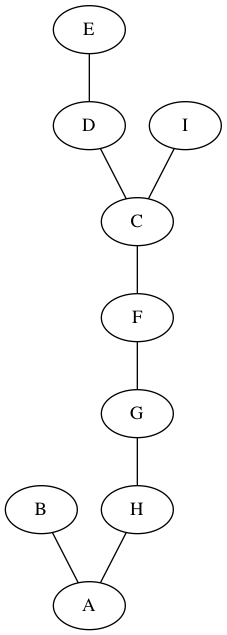
The Graphviz diagram files/g14mst_prim.png in gyuho/goraph, before a commit. Its source is kept beside it as algorithm/mst/prim/g14mst_prim.dot.
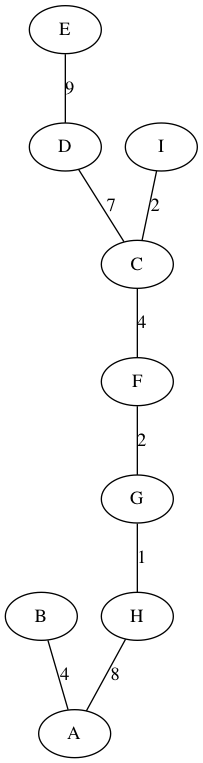
The same file after the commit.

Diff of the diagram source:
```diff
@@ -1,10 +1,10 @@
 graph PrimMST {
-	B -- A
-	H -- A
-	C -- F
-	D -- C
-	F -- G
-	E -- D
-	G -- H
-	I -- C
+	B -- A [label=4]
+	H -- A [label=8]
+	D -- C [label=7]
+	C -- F [label=4]
+	F -- G [label=2]
+	E -- D [label=9]
+	G -- H [label=1]
+	I -- C [label=2]
 }
```
